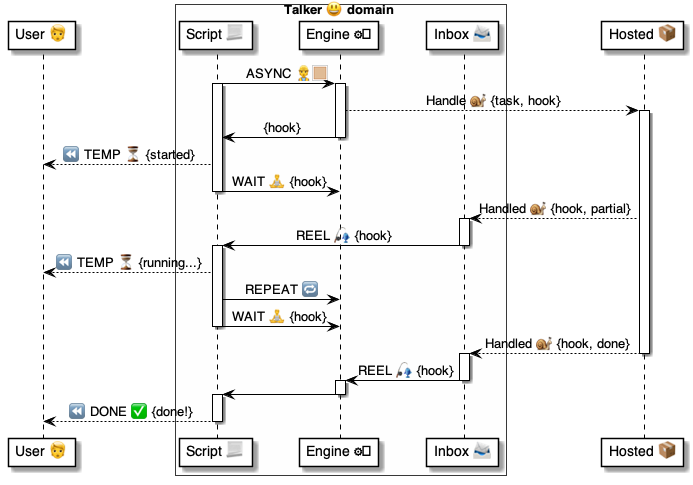
Before: 4 ⚙️ Solution/35 💬 Chats/Talkers 😃/😃⏩ Talker flows/Run Async Tasks 😃⏩📦/😃 Async ⚙️ uml.png, a diagram exported from PlantUML (pollyweb-org/pollyweb-docs). Its source is kept beside it as 4 ⚙️ Solution/35 💬 Chats/Talkers 😃/😃⏩ Talker flows/Run Async Tasks 😃⏩📦/😃 Async ⚙️ uml.puml.
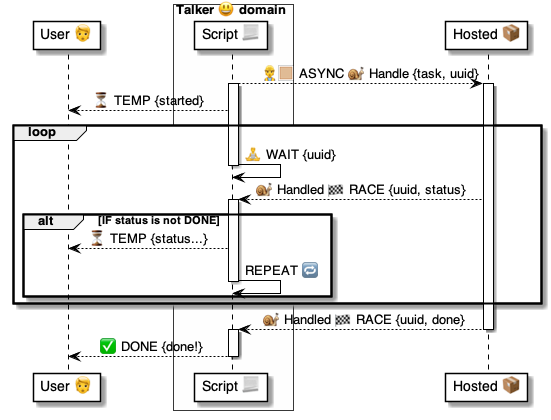
The same diagram one commit later.

The edit, as a diff of the source:
```diff
@@ -4,48 +4,34 @@
 
 box Talker 😃 domain #FFFFFA
     participant "Script 📃" as script
-    participant "Engine ⚙️" as engine
-    participant "Inbox 📨" as inbox
 end box
 participant "Hosted 📦" as hosted
 
-script -> engine: ASYNC 👷🏼
+script --> hosted: 👷🏼 ASYNC 🐌 Handle {task, uuid}
+activate hosted
 activate script
-activate engine
-    engine --> hosted:  Handle 🐌 {task, hook}
-    activate hosted
-    engine -> script: {hook}
-deactivate engine
+script --> user: ⏳ TEMP {started}
 
-script --> user: ⏪ TEMP ⏳ {started}
-
-script -> engine: WAIT 🧘 {hook}
+loop
+    script -> script: 🧘 WAIT {uuid}
 deactivate script
 
-hosted --> inbox: Handled 🐌 {hook, partial}
-activate inbox
-    inbox -> script: REEL 🎣 {hook}
-deactivate inbox
+    hosted --> script: 🐌 Handled 🏁 RACE {uuid, status}
+
+    alt IF status is not DONE
+        activate script
+            script --> user: ⏳ TEMP {status...}
+            script -> script: REPEAT 🔁
+        deactivate script
+    end alt
+
+end loop
+
+    hosted --> script: 🐌 Handled 🏁 RACE {uuid, done}
+deactivate hosted
 
 activate script
-    script --> user: ⏪ TEMP ⏳ {running...}
-    script -> engine: REPEAT 🔁
-    script -> engine: WAIT 🧘 {hook}
-deactivate script
-
-    hosted --> inbox: Handled 🐌 {hook, done}
-deactivate hosted
-
-activate inbox
-    inbox -> engine: REEL 🎣 {hook}
-deactivate inbox
-
-activate engine
-    engine -> script
-deactivate engine
-
-activate script
-    script --> user: ⏪ DONE ✅ {done!}
+    script --> user: ✅ DONE {done!}
 deactivate script
 
 @enduml
```
